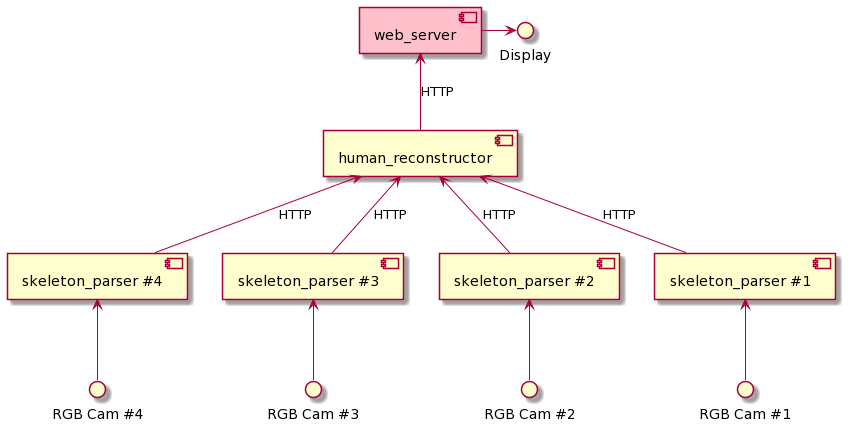
Earlier version of the PlantUML export doc/pic/overview.png (taemin-hwang/seamless-mocap).
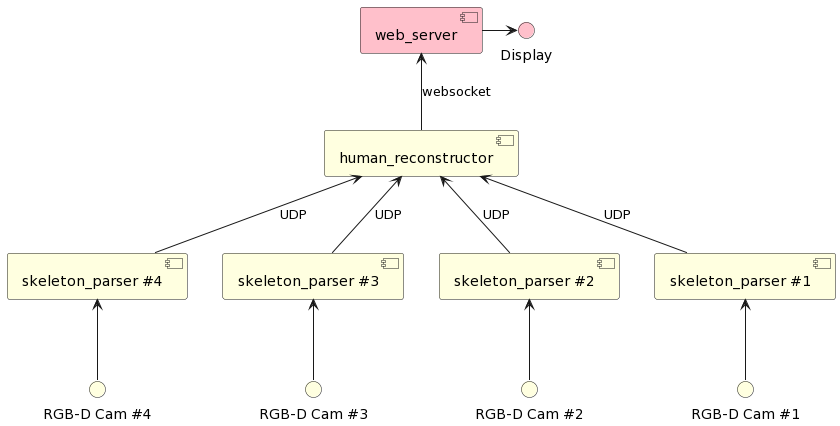
The same diagram one commit later.

Change to the diagram source:
```diff
@@ -1,26 +1,26 @@
 @startuml
-component "skeleton_parser #1" as sp1
-component "skeleton_parser #2" as sp2
-component "skeleton_parser #3" as sp3
-component "skeleton_parser #4" as sp4
-component human_reconstructor
+component "skeleton_parser #1" as sp1 #LightYellow
+component "skeleton_parser #2" as sp2 #LightYellow
+component "skeleton_parser #3" as sp3 #LightYellow
+component "skeleton_parser #4" as sp4 #LightYellow
+component human_reconstructor #LightYellow
 component web_server #pink
 
-() "RGB Cam #1" as cam1
-() "RGB Cam #2" as cam2
-() "RGB Cam #3" as cam3
-() "RGB Cam #4" as cam4
-() "Display" as display
+() "RGB-D Cam #1" as cam1 #LightYellow
+() "RGB-D Cam #2" as cam2 #LightYellow
+() "RGB-D Cam #3" as cam3 #LightYellow
+() "RGB-D Cam #4" as cam4 #LightYellow
+() "Display" as display #pink
 
 cam1 -up-> sp1
-sp1 -up-> human_reconstructor : HTTP
+sp1 -up-> human_reconstructor : UDP
 cam2 -up-> sp2
-sp2 -up-> human_reconstructor : HTTP
+sp2 -up-> human_reconstructor : UDP
 cam3 -up-> sp3
-sp3 -up-> human_reconstructor : HTTP
+sp3 -up-> human_reconstructor : UDP
 cam4 -up-> sp4
-sp4 -up-> human_reconstructor : HTTP
+sp4 -up-> human_reconstructor : UDP
 
-human_reconstructor -up-> web_server : HTTP
+human_reconstructor -up-> web_server : websocket
 web_server -right-> display
 @enduml
```
